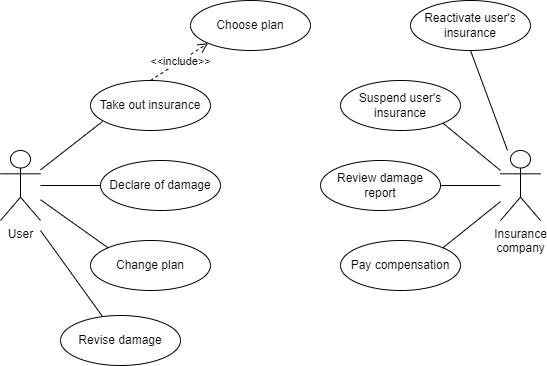
This is sysplan/use-case-diagram.drawio.png from pelyhe/thesis, a draw.io export, as it was before one commit. Source tidied: cells renumbered, new cells last; positions are measured from the earlier drawing's top-left corner, leaving out a move shared by most shapes. Source of this version:
```xml
<mxGraphModel>
  <root>
    <mxCell id="0" />
    <mxCell id="1" parent="0" />
    <mxCell id="2" value="User" style="shape=umlActor;verticalLabelPosition=bottom;verticalAlign=top;html=1;outlineConnect=0;" parent="1" vertex="1">
      <mxGeometry y="150" width="40" height="70" as="geometry" />
    </mxCell>
    <mxCell id="3" value="Take out insurance" style="ellipse;whiteSpace=wrap;html=1;" parent="1" vertex="1">
      <mxGeometry x="90" y="80" width="120" height="50" as="geometry" />
    </mxCell>
    <mxCell id="4" value="Declare of damage" style="ellipse;whiteSpace=wrap;html=1;" parent="1" vertex="1">
      <mxGeometry x="100" y="160" width="120" height="50" as="geometry" />
    </mxCell>
    <mxCell id="5" value="Change plan" style="ellipse;whiteSpace=wrap;html=1;" parent="1" vertex="1">
      <mxGeometry x="90" y="240" width="120" height="50" as="geometry" />
    </mxCell>
    <mxCell id="6" value="&amp;lt;&amp;lt;include&amp;gt;&amp;gt;" style="html=1;verticalAlign=bottom;endArrow=open;dashed=1;endSize=8;rounded=0;exitX=0.5;exitY=0;exitDx=0;exitDy=0;entryX=0;entryY=1;entryDx=0;entryDy=0;" parent="1" edge="1" source="3" target="7">
      <mxGeometry x="-0.11" y="-8" relative="1" as="geometry" />
    </mxCell>
    <mxCell id="7" value="Choose plan" style="ellipse;whiteSpace=wrap;html=1;" parent="1" vertex="1">
      <mxGeometry x="190" width="120" height="50" as="geometry" />
    </mxCell>
    <mxCell id="8" style="endArrow=none;html=1;rounded=0;exitX=0.1;exitY=0.82;exitDx=0;exitDy=0;exitPerimeter=0;" parent="1" edge="1" source="3" target="2">
      <mxGeometry relative="1" as="geometry" />
    </mxCell>
    <mxCell id="9" style="endArrow=none;html=1;rounded=0;exitX=0;exitY=0.5;exitDx=0;exitDy=0;" parent="1" edge="1" source="4">
      <mxGeometry relative="1" as="geometry">
        <mxPoint x="40" y="185" as="targetPoint" />
      </mxGeometry>
    </mxCell>
    <mxCell id="10" style="endArrow=none;html=1;rounded=0;exitX=0;exitY=0;exitDx=0;exitDy=0;" parent="1" edge="1" source="5" target="2">
      <mxGeometry relative="1" as="geometry" />
    </mxCell>
    <mxCell id="11" value="Insurance &lt;br&gt;company" style="shape=umlActor;verticalLabelPosition=bottom;verticalAlign=top;html=1;outlineConnect=0;" parent="1" vertex="1">
      <mxGeometry x="500" y="150" width="40" height="70" as="geometry" />
    </mxCell>
    <mxCell id="12" value="Review damage report" style="ellipse;whiteSpace=wrap;html=1;" parent="1" vertex="1">
      <mxGeometry x="320" y="160" width="120" height="50" as="geometry" />
    </mxCell>
    <mxCell id="13" style="endArrow=none;html=1;rounded=0;exitX=1;exitY=0.5;exitDx=0;exitDy=0;" parent="1" edge="1" source="12" target="11">
      <mxGeometry relative="1" as="geometry" />
    </mxCell>
    <mxCell id="14" value="Pay compensation" style="ellipse;whiteSpace=wrap;html=1;" parent="1" vertex="1">
      <mxGeometry x="340" y="240" width="120" height="50" as="geometry" />
    </mxCell>
    <mxCell id="15" style="endArrow=none;html=1;rounded=0;exitX=1;exitY=0;exitDx=0;exitDy=0;" parent="1" edge="1" source="14" target="11">
      <mxGeometry relative="1" as="geometry" />
    </mxCell>
    <mxCell id="16" value="Suspend user's insurance" style="ellipse;whiteSpace=wrap;html=1;" parent="1" vertex="1">
      <mxGeometry x="340" y="80" width="120" height="50" as="geometry" />
    </mxCell>
    <mxCell id="17" style="endArrow=none;html=1;rounded=0;exitX=1;exitY=1;exitDx=0;exitDy=0;" parent="1" edge="1" source="16">
      <mxGeometry relative="1" as="geometry">
        <mxPoint x="500" y="170" as="targetPoint" />
      </mxGeometry>
    </mxCell>
    <mxCell id="18" value="Reactivate user's insurance" style="ellipse;whiteSpace=wrap;html=1;" parent="1" vertex="1">
      <mxGeometry x="410" width="120" height="50" as="geometry" />
    </mxCell>
    <mxCell id="19" style="endArrow=none;html=1;rounded=0;entryX=0.5;entryY=1;entryDx=0;entryDy=0;" parent="1" edge="1" source="11" target="18">
      <mxGeometry relative="1" as="geometry" />
    </mxCell>
    <mxCell id="20" value="Revise damage" style="ellipse;whiteSpace=wrap;html=1;" parent="1" vertex="1">
      <mxGeometry x="60" y="315" width="120" height="50" as="geometry" />
    </mxCell>
    <mxCell id="21" style="endArrow=none;html=1;rounded=0;exitX=0.351;exitY=0.023;exitDx=0;exitDy=0;exitPerimeter=0;" parent="1" edge="1" source="20">
      <mxGeometry relative="1" as="geometry">
        <mxPoint x="40" y="230" as="targetPoint" />
      </mxGeometry>
    </mxCell>
  </root>
</mxGraphModel>
```
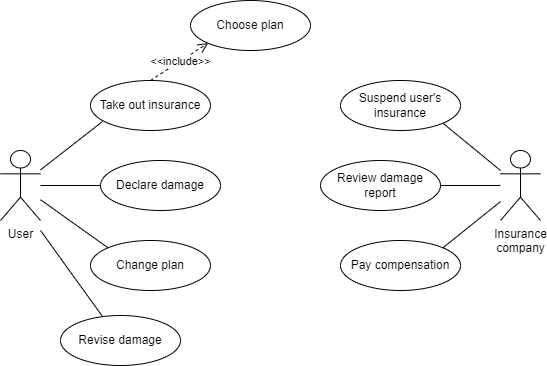
After the change.

Change to the diagram source:
```diff
@@ -8,7 +8,7 @@
     <mxCell id="3" value="Take out insurance" style="ellipse;whiteSpace=wrap;html=1;" parent="1" vertex="1">
       <mxGeometry x="90" y="80" width="120" height="50" as="geometry" />
     </mxCell>
-    <mxCell id="4" value="Declare of damage" style="ellipse;whiteSpace=wrap;html=1;" parent="1" vertex="1">
+    <mxCell id="4" value="Declare damage" style="ellipse;whiteSpace=wrap;html=1;" parent="1" vertex="1">
       <mxGeometry x="100" y="160" width="120" height="50" as="geometry" />
     </mxCell>
     <mxCell id="5" value="Change plan" style="ellipse;whiteSpace=wrap;html=1;" parent="1" vertex="1">
@@ -54,12 +54,6 @@
         <mxPoint x="500" y="170" as="targetPoint" />
       </mxGeometry>
     </mxCell>
-    <mxCell id="18" value="Reactivate user's insurance" style="ellipse;whiteSpace=wrap;html=1;" parent="1" vertex="1">
-      <mxGeometry x="410" width="120" height="50" as="geometry" />
-    </mxCell>
-    <mxCell id="19" style="endArrow=none;html=1;rounded=0;entryX=0.5;entryY=1;entryDx=0;entryDy=0;" parent="1" edge="1" source="11" target="18">
-      <mxGeometry relative="1" as="geometry" />
-    </mxCell>
     <mxCell id="20" value="Revise damage" style="ellipse;whiteSpace=wrap;html=1;" parent="1" vertex="1">
       <mxGeometry x="60" y="315" width="120" height="50" as="geometry" />
     </mxCell>
```
